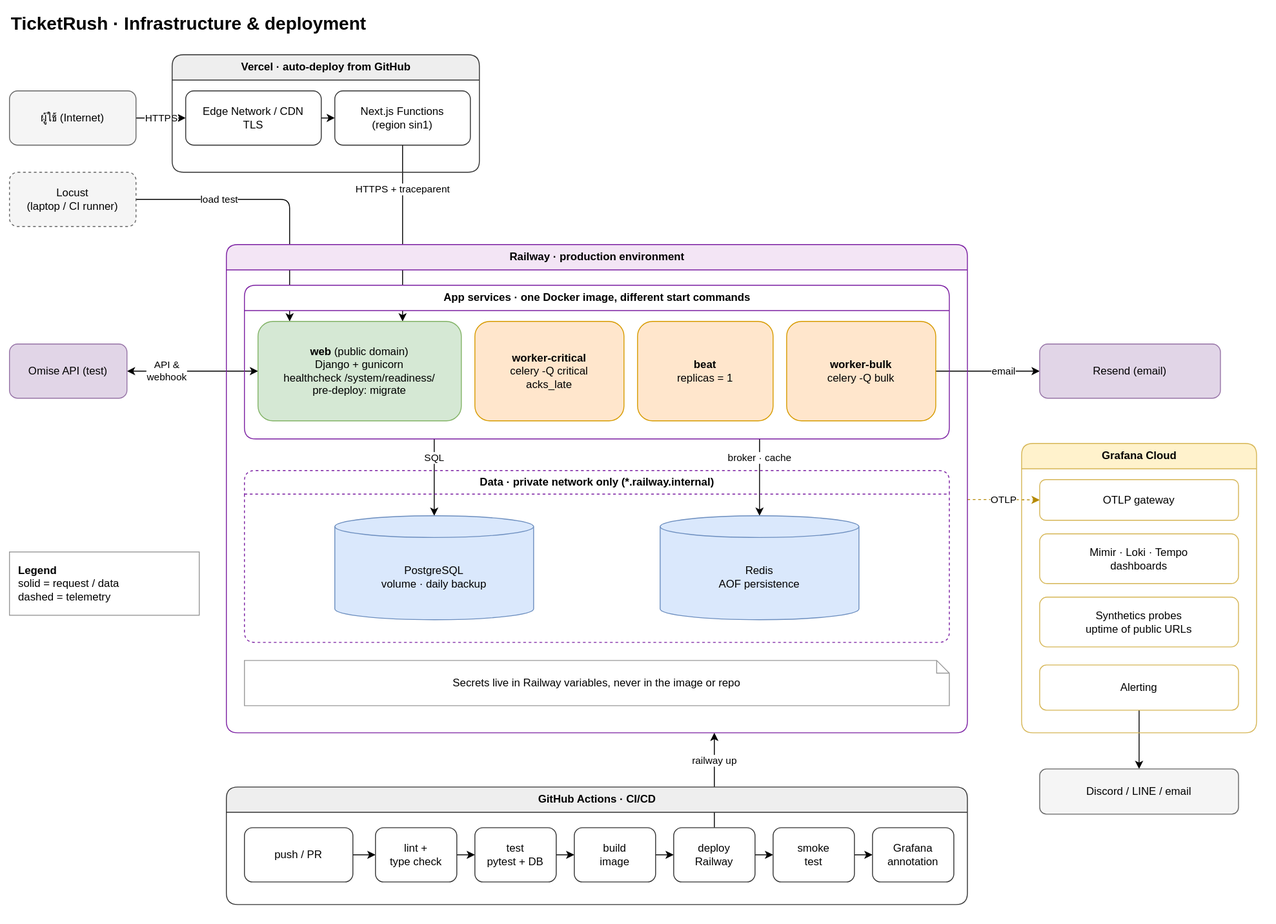
This is docs/diagrams/infrastructure.drawio.svg from NaphatJM/ticketrush, a draw.io export, as it was before one commit. Source tidied: cells renumbered, new cells last; positions are measured from the earlier drawing's top-left corner, leaving out a move shared by most shapes. The source it was exported from:
```xml
<mxGraphModel>
  <root>
    <mxCell id="0" />
    <mxCell id="1" value="Connections" parent="0" />
    <mxCell id="2" value="HTTPS" style="edgeStyle=orthogonalEdgeStyle;rounded=1;html=1;labelBackgroundColor=default;exitX=1;exitY=0.5;entryX=0;entryY=0.5;" parent="1" edge="1" source="21" target="26">
      <mxGeometry relative="1" as="geometry" />
    </mxCell>
    <mxCell id="3" style="edgeStyle=orthogonalEdgeStyle;rounded=1;html=1;exitX=1;exitY=0.5;entryX=0;entryY=0.5;" parent="1" edge="1" source="26" target="27">
      <mxGeometry relative="1" as="geometry" />
    </mxCell>
    <mxCell id="4" value="HTTPS + traceparent" style="edgeStyle=orthogonalEdgeStyle;rounded=1;html=1;labelBackgroundColor=default;exitX=0.5;exitY=1;entryX=0.7111;entryY=0;" parent="1" edge="1" source="27" target="30">
      <mxGeometry x="-0.5" relative="1" as="geometry" />
    </mxCell>
    <mxCell id="5" value="load test" style="edgeStyle=orthogonalEdgeStyle;rounded=1;html=1;labelBackgroundColor=default;exitX=1;exitY=0.5;entryX=0.1556;entryY=0;" parent="1" edge="1" source="22" target="30">
      <mxGeometry x="-0.4" relative="1" as="geometry" />
    </mxCell>
    <mxCell id="6" value="API &amp;amp;&lt;br&gt;webhook" style="edgeStyle=orthogonalEdgeStyle;rounded=1;html=1;labelBackgroundColor=default;startArrow=classic;exitX=1;exitY=0.5;entryX=0;entryY=0.5;" parent="1" edge="1" source="23" target="30">
      <mxGeometry x="-0.4" relative="1" as="geometry" />
    </mxCell>
    <mxCell id="7" value="SQL" style="edgeStyle=orthogonalEdgeStyle;rounded=1;html=1;labelBackgroundColor=default;exitX=0.2692;exitY=1;entryX=0.5;entryY=0;" parent="1" edge="1" source="29" target="35">
      <mxGeometry x="-0.5" relative="1" as="geometry" />
    </mxCell>
    <mxCell id="8" value="broker · cache" style="edgeStyle=orthogonalEdgeStyle;rounded=1;html=1;labelBackgroundColor=default;exitX=0.7308;exitY=1;entryX=0.5;entryY=0;" parent="1" edge="1" source="29" target="36">
      <mxGeometry x="-0.5" relative="1" as="geometry" />
    </mxCell>
    <mxCell id="9" value="email" style="edgeStyle=orthogonalEdgeStyle;rounded=1;html=1;labelBackgroundColor=default;exitX=1;exitY=0.5;entryX=0;entryY=0.5;" parent="1" edge="1" source="33" target="38">
      <mxGeometry x="0.3" relative="1" as="geometry" />
    </mxCell>
    <mxCell id="10" value="OTLP" style="edgeStyle=orthogonalEdgeStyle;rounded=1;html=1;labelBackgroundColor=default;dashed=1;strokeColor=#b58900;exitX=1;exitY=0.5222;entryX=0;entryY=0.5;" parent="1" edge="1" source="28" target="40">
      <mxGeometry relative="1" as="geometry" />
    </mxCell>
    <mxCell id="11" style="edgeStyle=orthogonalEdgeStyle;rounded=1;html=1;exitX=0.5;exitY=1;entryX=0.5;entryY=0;" parent="1" edge="1" source="43" target="44">
      <mxGeometry relative="1" as="geometry" />
    </mxCell>
    <mxCell id="12" style="edgeStyle=orthogonalEdgeStyle;rounded=1;html=1;" parent="1" edge="1" source="46" target="47">
      <mxGeometry relative="1" as="geometry" />
    </mxCell>
    <mxCell id="13" style="edgeStyle=orthogonalEdgeStyle;rounded=1;html=1;" parent="1" edge="1" source="47" target="48">
      <mxGeometry relative="1" as="geometry" />
    </mxCell>
    <mxCell id="14" style="edgeStyle=orthogonalEdgeStyle;rounded=1;html=1;" parent="1" edge="1" source="48" target="49">
      <mxGeometry relative="1" as="geometry" />
    </mxCell>
    <mxCell id="15" style="edgeStyle=orthogonalEdgeStyle;rounded=1;html=1;" parent="1" edge="1" source="49" target="50">
      <mxGeometry relative="1" as="geometry" />
    </mxCell>
    <mxCell id="16" style="edgeStyle=orthogonalEdgeStyle;rounded=1;html=1;" parent="1" edge="1" source="50" target="51">
      <mxGeometry relative="1" as="geometry" />
    </mxCell>
    <mxCell id="17" style="edgeStyle=orthogonalEdgeStyle;rounded=1;html=1;" parent="1" edge="1" source="51" target="52">
      <mxGeometry relative="1" as="geometry" />
    </mxCell>
    <mxCell id="18" value="railway up" style="edgeStyle=orthogonalEdgeStyle;rounded=1;html=1;labelBackgroundColor=default;exitX=0.5;exitY=0;entryX=0.6585;entryY=1;" parent="1" edge="1" source="50" target="28">
      <mxGeometry x="0.4" relative="1" as="geometry" />
    </mxCell>
    <mxCell id="19" value="Components" parent="0" />
    <mxCell id="20" value="&lt;b&gt;TicketRush · Infrastructure &amp;amp; deployment&lt;/b&gt;" style="text;html=1;fontSize=20;align=left;verticalAlign=middle;" parent="19" vertex="1">
      <mxGeometry width="560" height="30" as="geometry" />
    </mxCell>
    <mxCell id="21" value="ผู้ใช้ (Internet)" style="rounded=1;whiteSpace=wrap;html=1;fillColor=#f5f5f5;strokeColor=#666666;" parent="19" vertex="1">
      <mxGeometry y="90" width="140" height="60" as="geometry" />
    </mxCell>
    <mxCell id="22" value="Locust&lt;br&gt;(laptop / CI runner)" style="rounded=1;whiteSpace=wrap;html=1;fillColor=#f5f5f5;strokeColor=#666666;dashed=1;" parent="19" vertex="1">
      <mxGeometry y="180" width="140" height="60" as="geometry" />
    </mxCell>
    <mxCell id="23" value="Omise API (test)" style="rounded=1;whiteSpace=wrap;html=1;fillColor=#e1d5e7;strokeColor=#9673a6;" parent="19" vertex="1">
      <mxGeometry y="370" width="130" height="60" as="geometry" />
    </mxCell>
    <mxCell id="24" value="&lt;b&gt;Legend&lt;/b&gt;&lt;br&gt;solid = request / data&lt;br&gt;dashed = telemetry" style="rounded=0;whiteSpace=wrap;html=1;align=left;spacingLeft=8;fillColor=none;strokeColor=#999999;" parent="19" vertex="1">
      <mxGeometry y="600" width="210" height="70" as="geometry" />
    </mxCell>
    <mxCell id="25" value="Vercel · auto-deploy from GitHub" style="swimlane;startSize=28;html=1;rounded=1;fillColor=#eeeeee;strokeColor=#333333;fontStyle=1;" parent="19" vertex="1">
      <mxGeometry x="180" y="50" width="340" height="130" as="geometry" />
    </mxCell>
    <mxCell id="26" value="Edge Network / CDN&lt;br&gt;TLS" style="rounded=1;whiteSpace=wrap;html=1;fillColor=#ffffff;strokeColor=#333333;" parent="25" vertex="1">
      <mxGeometry x="15" y="40" width="150" height="60" as="geometry" />
    </mxCell>
    <mxCell id="27" value="Next.js Functions&lt;br&gt;(region sin1)" style="rounded=1;whiteSpace=wrap;html=1;fillColor=#ffffff;strokeColor=#333333;" parent="25" vertex="1">
      <mxGeometry x="180" y="40" width="150" height="60" as="geometry" />
    </mxCell>
    <mxCell id="28" value="Railway · production environment" style="swimlane;startSize=28;html=1;rounded=1;fillColor=#f3e5f5;strokeColor=#7b1fa2;fontStyle=1;" parent="19" vertex="1">
      <mxGeometry x="240" y="260" width="820" height="540" as="geometry" />
    </mxCell>
    <mxCell id="29" value="App services · one Docker image, different start commands" style="swimlane;startSize=28;html=1;rounded=1;fillColor=#ffffff;strokeColor=#7b1fa2;" parent="28" vertex="1">
      <mxGeometry x="20" y="45" width="780" height="170" as="geometry" />
    </mxCell>
    <mxCell id="30" value="&lt;b&gt;web&lt;/b&gt; (public domain)&lt;br&gt;Django + gunicorn&lt;br&gt;healthcheck /system/readiness/&lt;br&gt;pre-deploy: migrate" style="rounded=1;whiteSpace=wrap;html=1;fillColor=#d5e8d4;strokeColor=#82b366;" parent="29" vertex="1">
      <mxGeometry x="15" y="40" width="225" height="110" as="geometry" />
    </mxCell>
    <mxCell id="31" value="&lt;b&gt;worker-critical&lt;/b&gt;&lt;br&gt;celery -Q critical&lt;br&gt;acks_late" style="rounded=1;whiteSpace=wrap;html=1;fillColor=#ffe6cc;strokeColor=#d79b00;" parent="29" vertex="1">
      <mxGeometry x="255" y="40" width="165" height="110" as="geometry" />
    </mxCell>
    <mxCell id="32" value="&lt;b&gt;beat&lt;/b&gt;&lt;br&gt;replicas = 1" style="rounded=1;whiteSpace=wrap;html=1;fillColor=#ffe6cc;strokeColor=#d79b00;" parent="29" vertex="1">
      <mxGeometry x="435" y="40" width="150" height="110" as="geometry" />
    </mxCell>
    <mxCell id="33" value="&lt;b&gt;worker-bulk&lt;/b&gt;&lt;br&gt;celery -Q bulk" style="rounded=1;whiteSpace=wrap;html=1;fillColor=#ffe6cc;strokeColor=#d79b00;" parent="29" vertex="1">
      <mxGeometry x="600" y="40" width="165" height="110" as="geometry" />
    </mxCell>
    <mxCell id="34" value="Data · private network only (*.railway.internal)" style="swimlane;startSize=26;html=1;rounded=1;dashed=1;fillColor=none;strokeColor=#7b1fa2;" parent="28" vertex="1">
      <mxGeometry x="20" y="250" width="780" height="190" as="geometry" />
    </mxCell>
    <mxCell id="35" value="PostgreSQL&lt;br&gt;volume · daily backup" style="shape=cylinder3;whiteSpace=wrap;html=1;boundedLbl=1;size=12;fillColor=#dae8fc;strokeColor=#6c8ebf;" parent="34" vertex="1">
      <mxGeometry x="100" y="50" width="220" height="115" as="geometry" />
    </mxCell>
    <mxCell id="36" value="Redis&lt;br&gt;AOF persistence" style="shape=cylinder3;whiteSpace=wrap;html=1;boundedLbl=1;size=12;fillColor=#dae8fc;strokeColor=#6c8ebf;" parent="34" vertex="1">
      <mxGeometry x="460" y="50" width="220" height="115" as="geometry" />
    </mxCell>
    <mxCell id="37" value="Secrets live in Railway variables, never in the image or repo" style="shape=note;whiteSpace=wrap;html=1;size=14;fillColor=#ffffff;strokeColor=#999999;" parent="28" vertex="1">
      <mxGeometry x="20" y="460" width="780" height="50" as="geometry" />
    </mxCell>
    <mxCell id="38" value="Resend (email)" style="rounded=1;whiteSpace=wrap;html=1;fillColor=#e1d5e7;strokeColor=#9673a6;" parent="19" vertex="1">
      <mxGeometry x="1140" y="370" width="200" height="60" as="geometry" />
    </mxCell>
    <mxCell id="39" value="Grafana Cloud" style="swimlane;startSize=28;html=1;rounded=1;fillColor=#fff2cc;strokeColor=#d6b656;fontStyle=1;" parent="19" vertex="1">
      <mxGeometry x="1120" y="480" width="260" height="320" as="geometry" />
    </mxCell>
    <mxCell id="40" value="OTLP gateway" style="rounded=1;whiteSpace=wrap;html=1;fillColor=#ffffff;strokeColor=#d6b656;" parent="39" vertex="1">
      <mxGeometry x="20" y="40" width="220" height="45" as="geometry" />
    </mxCell>
    <mxCell id="41" value="Mimir · Loki · Tempo&lt;br&gt;dashboards" style="rounded=1;whiteSpace=wrap;html=1;fillColor=#ffffff;strokeColor=#d6b656;" parent="39" vertex="1">
      <mxGeometry x="20" y="100" width="220" height="55" as="geometry" />
    </mxCell>
    <mxCell id="42" value="Synthetics probes&lt;br&gt;uptime of public URLs" style="rounded=1;whiteSpace=wrap;html=1;fillColor=#ffffff;strokeColor=#d6b656;" parent="39" vertex="1">
      <mxGeometry x="20" y="170" width="220" height="55" as="geometry" />
    </mxCell>
    <mxCell id="43" value="Alerting" style="rounded=1;whiteSpace=wrap;html=1;fillColor=#ffffff;strokeColor=#d6b656;" parent="39" vertex="1">
      <mxGeometry x="20" y="245" width="220" height="50" as="geometry" />
    </mxCell>
    <mxCell id="44" value="Discord / LINE / email" style="rounded=1;whiteSpace=wrap;html=1;fillColor=#f5f5f5;strokeColor=#666666;" parent="19" vertex="1">
      <mxGeometry x="1140" y="840" width="220" height="50" as="geometry" />
    </mxCell>
    <mxCell id="45" value="GitHub Actions · CI/CD" style="swimlane;startSize=28;html=1;rounded=1;fillColor=#eeeeee;strokeColor=#333333;fontStyle=1;" parent="19" vertex="1">
      <mxGeometry x="240" y="860" width="820" height="130" as="geometry" />
    </mxCell>
    <mxCell id="46" value="push / PR" style="rounded=1;whiteSpace=wrap;html=1;fillColor=#ffffff;strokeColor=#333333;" parent="45" vertex="1">
      <mxGeometry x="20" y="45" width="120" height="60" as="geometry" />
    </mxCell>
    <mxCell id="47" value="lint +&lt;br&gt;type check" style="rounded=1;whiteSpace=wrap;html=1;fillColor=#ffffff;strokeColor=#333333;" parent="45" vertex="1">
      <mxGeometry x="165" y="45" width="90" height="60" as="geometry" />
    </mxCell>
    <mxCell id="48" value="test&lt;br&gt;pytest + DB" style="rounded=1;whiteSpace=wrap;html=1;fillColor=#ffffff;strokeColor=#333333;" parent="45" vertex="1">
      <mxGeometry x="275" y="45" width="90" height="60" as="geometry" />
    </mxCell>
    <mxCell id="49" value="build&lt;br&gt;image" style="rounded=1;whiteSpace=wrap;html=1;fillColor=#ffffff;strokeColor=#333333;" parent="45" vertex="1">
      <mxGeometry x="385" y="45" width="90" height="60" as="geometry" />
    </mxCell>
    <mxCell id="50" value="deploy&lt;br&gt;Railway" style="rounded=1;whiteSpace=wrap;html=1;fillColor=#ffffff;strokeColor=#333333;" parent="45" vertex="1">
      <mxGeometry x="495" y="45" width="90" height="60" as="geometry" />
    </mxCell>
    <mxCell id="51" value="smoke&lt;br&gt;test" style="rounded=1;whiteSpace=wrap;html=1;fillColor=#ffffff;strokeColor=#333333;" parent="45" vertex="1">
      <mxGeometry x="605" y="45" width="90" height="60" as="geometry" />
    </mxCell>
    <mxCell id="52" value="Grafana&lt;br&gt;annotation" style="rounded=1;whiteSpace=wrap;html=1;fillColor=#ffffff;strokeColor=#333333;" parent="45" vertex="1">
      <mxGeometry x="715" y="45" width="90" height="60" as="geometry" />
    </mxCell>
  </root>
</mxGraphModel>
```
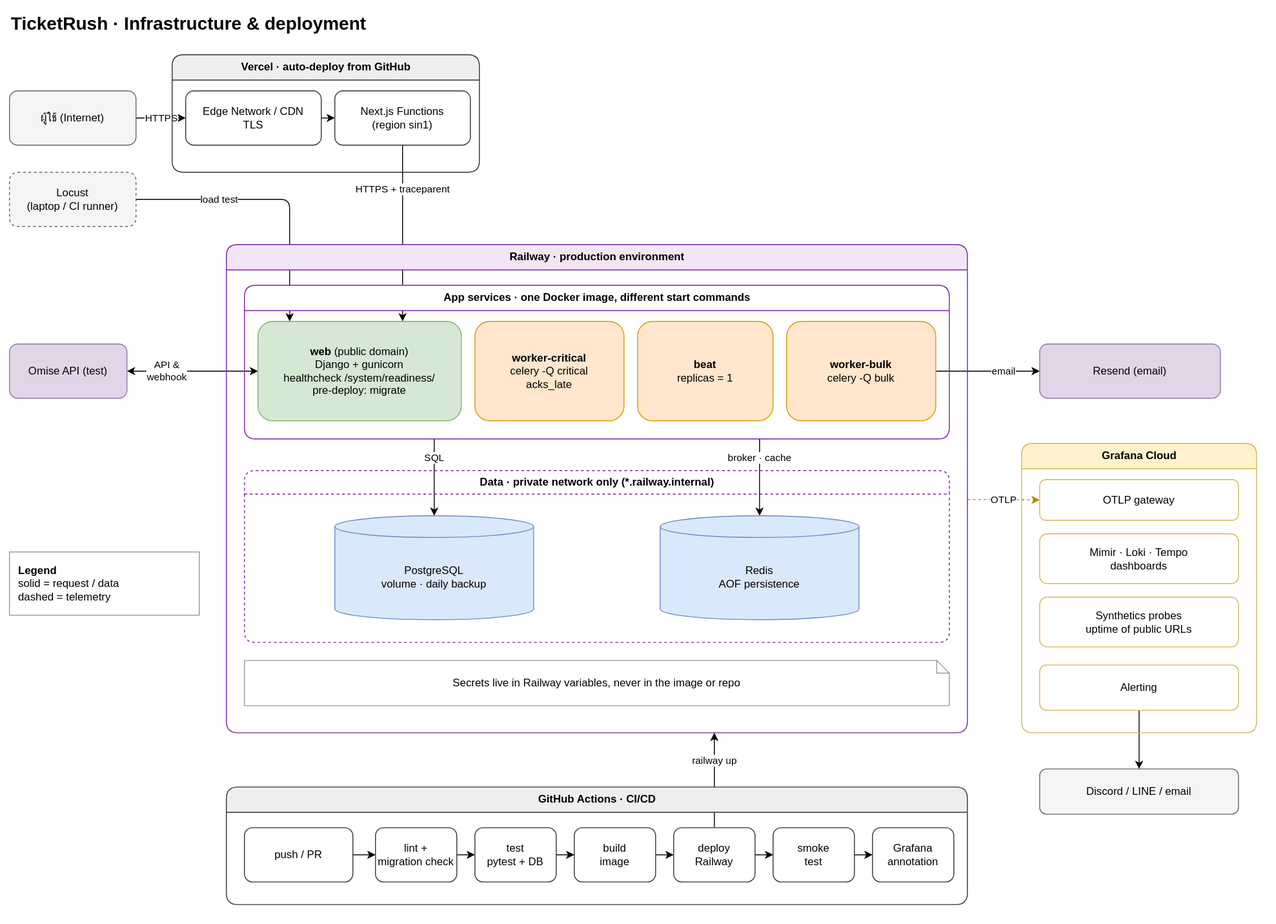
Later version of the same file.

The edit, as a diff of the source:
```diff
@@ -135,7 +135,7 @@
     <mxCell id="46" value="push / PR" style="rounded=1;whiteSpace=wrap;html=1;fillColor=#ffffff;strokeColor=#333333;" parent="45" vertex="1">
       <mxGeometry x="20" y="45" width="120" height="60" as="geometry" />
     </mxCell>
-    <mxCell id="47" value="lint +&lt;br&gt;type check" style="rounded=1;whiteSpace=wrap;html=1;fillColor=#ffffff;strokeColor=#333333;" parent="45" vertex="1">
+    <mxCell id="47" value="lint +&lt;br&gt;migration check" style="rounded=1;whiteSpace=wrap;html=1;fillColor=#ffffff;strokeColor=#333333;" parent="45" vertex="1">
       <mxGeometry x="165" y="45" width="90" height="60" as="geometry" />
     </mxCell>
     <mxCell id="48" value="test&lt;br&gt;pytest + DB" style="rounded=1;whiteSpace=wrap;html=1;fillColor=#ffffff;strokeColor=#333333;" parent="45" vertex="1">
```
